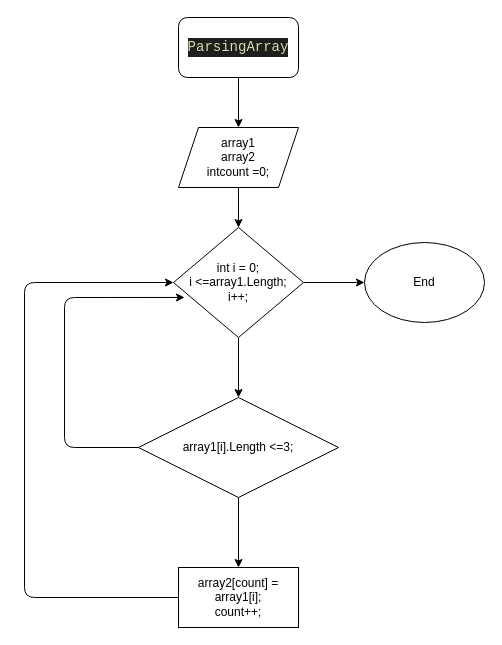
denis070619870/Control_Work_1 keeps this draw.io diagram as scheme.drawio. Above is the earlier version. Source tidied: cells renumbered, new cells numbered last; positions are measured from the earlier drawing's top-left corner, leaving out a move shared by most shapes. Both pictures are drawn from the tidied source at 100%, with x=0, y=0 at pixel (24, 17).
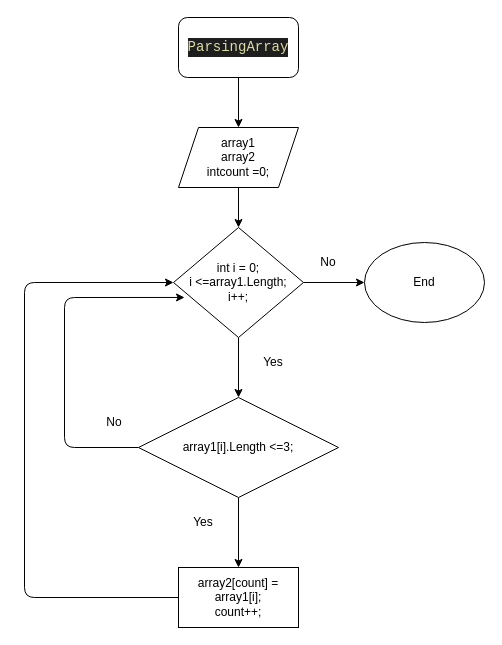
Above is the later version.

Commit message:
Внес изменения в схему: scheme.drawio

Diff of the diagram source:
```diff
@@
+    <mxCell id="15" value="No" style="text;html=1;strokeColor=none;fillColor=none;align=center;verticalAlign=middle;whiteSpace=wrap;rounded=0;" parent="1" vertex="1">
+      <mxGeometry x="60" y="390" width="60" height="30" as="geometry" />
+    </mxCell>
+    <mxCell id="16" value="Yes" style="text;html=1;strokeColor=none;fillColor=none;align=center;verticalAlign=middle;whiteSpace=wrap;rounded=0;" parent="1" vertex="1">
+      <mxGeometry x="149" y="490" width="60" height="30" as="geometry" />
+    </mxCell>
+    <mxCell id="17" value="No" style="text;html=1;strokeColor=none;fillColor=none;align=center;verticalAlign=middle;whiteSpace=wrap;rounded=0;" parent="1" vertex="1">
+      <mxGeometry x="274" y="230" width="60" height="30" as="geometry" />
+    </mxCell>
+    <mxCell id="18" value="Yes" style="text;html=1;strokeColor=none;fillColor=none;align=center;verticalAlign=middle;whiteSpace=wrap;rounded=0;" parent="1" vertex="1">
+      <mxGeometry x="219" y="330" width="60" height="30" as="geometry" />
+    </mxCell>
```
